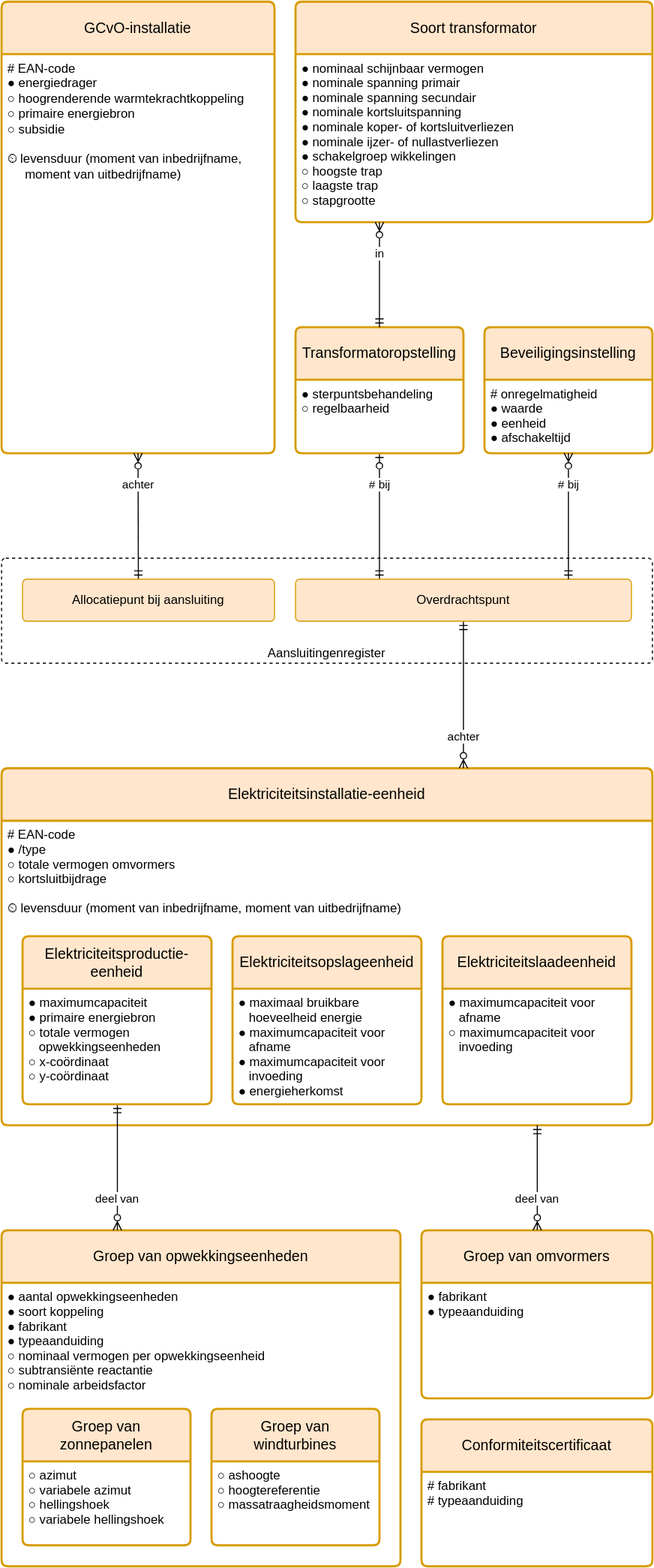
This is models/installatieregister/1.0.0/installatieregister.drawio.svg from Netbeheer-Nederland/conceptuele-informatiemodellen, a draw.io export, as it was before one commit. Source tidied: cells renumbered, new cells last; positions are measured from the earlier drawing's top-left corner, leaving out a move shared by most shapes.
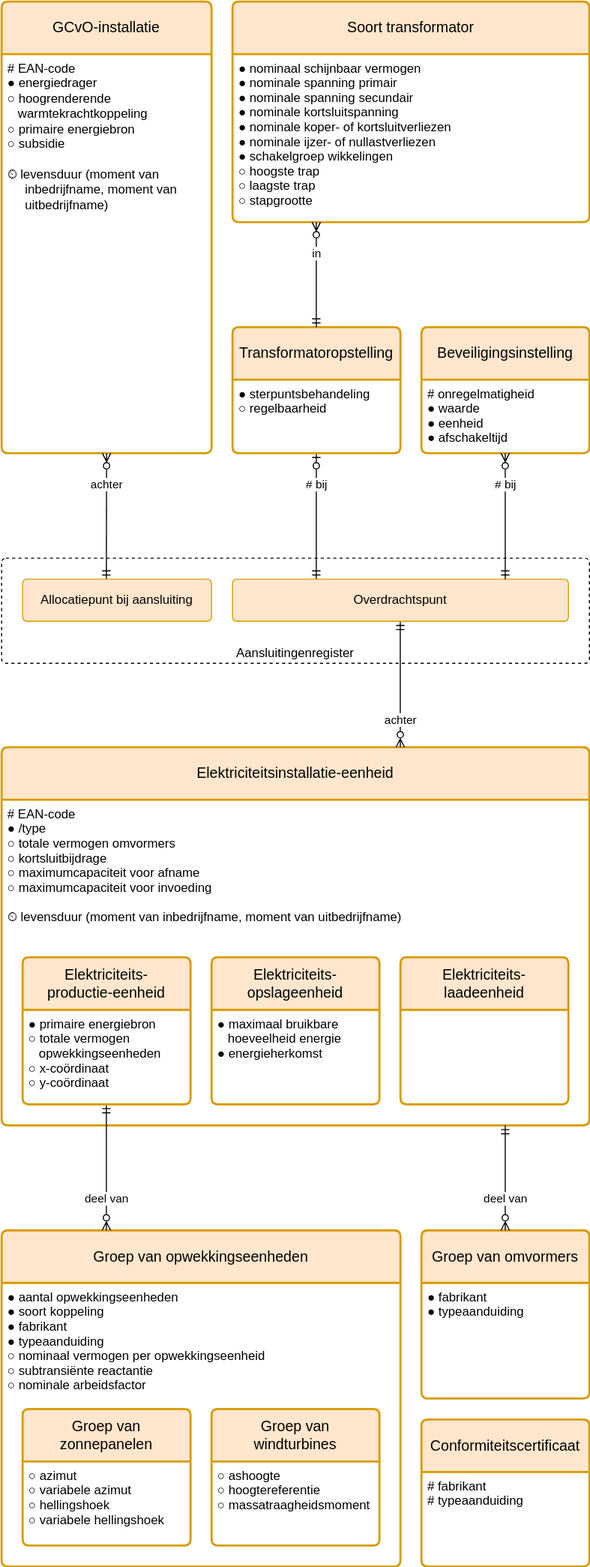
Above is the later version.

The edit, as a diff of the source:
```diff
@@ -3,23 +3,23 @@
     <mxCell id="0" />
     <mxCell id="1" parent="0" />
     <mxCell id="2" value="Aansluitingenregister" style="rounded=1;whiteSpace=wrap;html=1;dashed=1;verticalAlign=bottom;arcSize=4;" parent="1" vertex="1">
-      <mxGeometry y="530" width="620" height="100" as="geometry" />
+      <mxGeometry y="530" width="560" height="100" as="geometry" />
     </mxCell>
     <mxCell id="3" value="GCvO-installatie" style="swimlane;horizontal=1;startSize=50;rounded=1;fontSize=14;fontStyle=0;strokeWidth=2;shadow=0;dashed=0;align=center;arcSize=4;fillColor=#ffe6cc;strokeColor=#d79b00;whiteSpace=wrap;html=1;spacing=10;" parent="1" vertex="1">
-      <mxGeometry width="260" height="430" as="geometry" />
+      <mxGeometry width="200" height="430" as="geometry" />
     </mxCell>
-    <mxCell id="4" value="# EAN-code&lt;br&gt;● energiedrager&lt;br&gt;○&amp;nbsp;hoogrenderende warmtekrachtkoppeling&lt;br&gt;○ primaire energiebron&lt;br&gt;&lt;div&gt;○ subsidie&lt;br&gt;&lt;br&gt;⏲&amp;nbsp;levensduur&amp;nbsp;&lt;span style=&quot;background-color: initial; color: light-dark(rgb(0, 0, 0), rgb(255, 255, 255));&quot;&gt;(moment&amp;nbsp;&lt;/span&gt;&lt;span style=&quot;background-color: initial; color: light-dark(rgb(0, 0, 0), rgb(255, 255, 255));&quot;&gt;van&lt;/span&gt;&lt;span style=&quot;background-color: initial; color: light-dark(rgb(0, 0, 0), rgb(255, 255, 255));&quot;&gt;&amp;nbsp;inbedrijf&lt;/span&gt;&lt;span style=&quot;background-color: initial; color: light-dark(rgb(0, 0, 0), rgb(255, 255, 255));&quot;&gt;name,&lt;/span&gt;&lt;div&gt;&lt;span style=&quot;background-color: initial; color: light-dark(rgb(0, 0, 0), rgb(255, 255, 255));&quot;&gt;&amp;nbsp; &amp;nbsp; &amp;nbsp;moment&lt;/span&gt;&lt;span style=&quot;background-color: initial; color: light-dark(rgb(0, 0, 0), rgb(255, 255, 255));&quot;&gt;&amp;nbsp;van&amp;nbsp;&lt;/span&gt;&lt;span style=&quot;background-color: initial; color: light-dark(rgb(0, 0, 0), rgb(255, 255, 255));&quot;&gt;uitbedrijfname)&lt;/span&gt;&lt;/div&gt;&lt;/div&gt;" style="align=left;strokeColor=none;fillColor=none;spacingLeft=4;fontSize=12;verticalAlign=top;html=1;" parent="3" vertex="1">
-      <mxGeometry y="50" width="260" height="380" as="geometry" />
+    <mxCell id="4" value="# EAN-code&lt;br&gt;● energiedrager&lt;br&gt;○&amp;nbsp;hoogrenderende&lt;div&gt;&amp;nbsp; &amp;nbsp;warmtekrachtkoppeling&lt;br&gt;○ primaire energiebron&lt;br&gt;&lt;div&gt;○ subsidie&lt;br&gt;&lt;br&gt;⏲&amp;nbsp;levensduur&amp;nbsp;&lt;span style=&quot;background-color: initial; color: light-dark(rgb(0, 0, 0), rgb(255, 255, 255));&quot;&gt;(moment&amp;nbsp;&lt;/span&gt;&lt;span style=&quot;background-color: initial; color: light-dark(rgb(0, 0, 0), rgb(255, 255, 255));&quot;&gt;van&lt;/span&gt;&lt;/div&gt;&lt;div&gt;&lt;span style=&quot;background-color: initial; color: light-dark(rgb(0, 0, 0), rgb(255, 255, 255));&quot;&gt;&amp;nbsp; &amp;nbsp; &amp;nbsp;inbedrijf&lt;/span&gt;&lt;span style=&quot;background-color: initial; color: light-dark(rgb(0, 0, 0), rgb(255, 255, 255));&quot;&gt;name,&amp;nbsp;&lt;/span&gt;&lt;span style=&quot;background-color: initial; color: light-dark(rgb(0, 0, 0), rgb(255, 255, 255));&quot;&gt;moment&lt;/span&gt;&lt;span style=&quot;background-color: initial; color: light-dark(rgb(0, 0, 0), rgb(255, 255, 255));&quot;&gt;&amp;nbsp;van&lt;/span&gt;&lt;/div&gt;&lt;div&gt;&lt;span style=&quot;background-color: initial; color: light-dark(rgb(0, 0, 0), rgb(255, 255, 255));&quot;&gt;&amp;nbsp; &amp;nbsp; &amp;nbsp;uitbedrijfname)&lt;/span&gt;&lt;/div&gt;&lt;/div&gt;" style="align=left;strokeColor=none;fillColor=none;spacingLeft=4;fontSize=12;verticalAlign=top;html=1;" parent="3" vertex="1">
+      <mxGeometry y="50" width="200" height="380" as="geometry" />
     </mxCell>
     <mxCell id="5" value="achter" style="edgeStyle=elbowEdgeStyle;rounded=0;jettySize=auto;html=1;endArrow=ERmandOne;endFill=0;startArrow=ERzeroToMany;startFill=0;align=center;exitX=0.5;exitY=1;exitDx=0;exitDy=0;" parent="1" edge="1" source="4" target="22">
       <mxGeometry x="-0.5" relative="1" as="geometry" />
     </mxCell>
     <mxCell id="6" value="Elektriciteitsinstallatie-eenheid" style="swimlane;horizontal=1;startSize=50;rounded=1;fontSize=14;fontStyle=0;strokeWidth=2;shadow=0;dashed=0;align=center;fillColor=#ffe6cc;strokeColor=#d79b00;arcSize=4;whiteSpace=wrap;html=1;spacing=10;" parent="1" vertex="1">
-      <mxGeometry y="730" width="620" height="340" as="geometry" />
+      <mxGeometry y="710" width="560" height="360" as="geometry" />
     </mxCell>
-    <mxCell id="7" value="# EAN-code&#10;● /type&#10;○ totale vermogen omvormers&#10;○ kortsluitbijdrage&#10;&#10;⏲ levensduur (moment van inbedrijfname, moment van uitbedrijfname)" style="align=left;strokeColor=none;fillColor=none;spacingLeft=4;fontSize=12;verticalAlign=top;" parent="6" vertex="1">
-      <mxGeometry y="50" width="620" height="290" as="geometry" />
-    </mxCell>
+    <mxCell id="38" value="# EAN-code&#10;● /type&#10;○ totale vermogen omvormers&#10;○ kortsluitbijdrage&#10;○ maximumcapaciteit voor afname&#10;○ maximumcapaciteit voor invoeding&#10;&#10;⏲ levensduur (moment van inbedrijfname, moment van uitbedrijfname)" style="align=left;strokeColor=none;fillColor=none;spacingLeft=4;fontSize=12;verticalAlign=top;" parent="6" vertex="1">
+      <mxGeometry y="50" width="560" height="310" as="geometry" />
+    </mxCell>
     <mxCell id="8" value="Groep van opwekkingseenheden" style="swimlane;horizontal=1;startSize=50;rounded=1;fontSize=14;fontStyle=0;strokeWidth=2;shadow=0;dashed=0;align=center;fillColor=#ffe6cc;strokeColor=#d79b00;arcSize=4;whiteSpace=wrap;html=1;spacing=10;" parent="1" vertex="1">
       <mxGeometry y="1170" width="380" height="320" as="geometry" />
     </mxCell>
@@ -27,46 +27,46 @@
       <mxGeometry y="50" width="380" height="270" as="geometry" />
     </mxCell>
     <mxCell id="10" value="Soort transformator" style="swimlane;horizontal=1;startSize=50;rounded=1;fontSize=14;fontStyle=0;strokeWidth=2;shadow=0;dashed=0;align=center;fillColor=#ffe6cc;strokeColor=#d79b00;arcSize=4;whiteSpace=wrap;html=1;spacing=10;" parent="1" vertex="1">
-      <mxGeometry x="280" width="340" height="210" as="geometry" />
+      <mxGeometry x="220" width="340" height="210" as="geometry" />
     </mxCell>
     <mxCell id="11" value="● nominaal schijnbaar vermogen&#10;● nominale spanning primair&#10;● nominale spanning secundair&#10;● nominale kortsluitspanning&#10;● nominale koper- of kortsluitverliezen&#10;● nominale ijzer- of nullastverliezen&#10;● schakelgroep wikkelingen&#10;○ hoogste trap&#10;○ laagste trap&#10;○ stapgrootte" style="align=left;strokeColor=none;fillColor=none;spacingLeft=4;fontSize=12;verticalAlign=top;" parent="10" vertex="1">
       <mxGeometry y="50" width="340" height="160" as="geometry" />
     </mxCell>
-    <mxCell id="12" value="deel van" style="endArrow=ERzeroToMany;html=1;rounded=0;startArrow=ERmandOne;startFill=0;endFill=0;edgeStyle=elbowEdgeStyle;align=center;" parent="1" edge="1" source="14" target="8">
+    <mxCell id="12" value="deel van" style="endArrow=ERzeroToMany;html=1;rounded=0;startArrow=ERmandOne;startFill=0;endFill=0;edgeStyle=elbowEdgeStyle;align=center;" parent="1" edge="1" source="39" target="8">
       <mxGeometry x="0.5" relative="1" as="geometry" />
     </mxCell>
     <mxCell id="13" value="# bij" style="endArrow=ERzeroToOne;html=1;rounded=0;startArrow=ERmandOne;startFill=0;endFill=0;align=center;edgeStyle=elbowEdgeStyle;" parent="1" edge="1" source="19" target="29">
       <mxGeometry x="0.5" relative="1" as="geometry" />
     </mxCell>
-    <mxCell id="14" value="Elektriciteitsproductie-eenheid" style="swimlane;horizontal=1;startSize=50;rounded=1;fontSize=14;fontStyle=0;strokeWidth=2;shadow=0;dashed=0;align=center;fillColor=#ffe6cc;strokeColor=#d79b00;arcSize=4;whiteSpace=wrap;html=1;spacing=10;" parent="1" vertex="1">
-      <mxGeometry x="20" y="890" width="180" height="160" as="geometry" />
-    </mxCell>
-    <mxCell id="15" value="● maximumcapaciteit&#10;● primaire energiebron&#10;○ totale vermogen&#10;   opwekkingseenheden&#10;○ x-coördinaat&#10;○ y-coördinaat" style="align=left;strokeColor=none;fillColor=none;spacingLeft=4;fontSize=12;verticalAlign=top;" parent="14" vertex="1">
-      <mxGeometry y="50" width="180" height="110" as="geometry" />
-    </mxCell>
-    <mxCell id="16" value="Elektriciteitsopslageenheid" style="swimlane;horizontal=1;startSize=50;rounded=1;fontSize=14;fontStyle=0;strokeWidth=2;shadow=0;dashed=0;align=center;fillColor=#ffe6cc;strokeColor=#d79b00;arcSize=4;whiteSpace=wrap;html=1;spacing=10;" parent="1" vertex="1">
-      <mxGeometry x="220" y="890" width="180" height="160" as="geometry" />
-    </mxCell>
-    <mxCell id="17" value="● maximaal bruikbare&#10;   hoeveelheid energie&#10;● maximumcapaciteit voor&#10;   afname&#10;● maximumcapaciteit voor&#10;   invoeding&#10;● energieherkomst" style="align=left;strokeColor=none;fillColor=none;spacingLeft=4;fontSize=12;verticalAlign=top;fontStyle=0;" parent="16" vertex="1">
-      <mxGeometry y="50" width="180" height="110" as="geometry" />
-    </mxCell>
+    <mxCell id="39" value="Elektriciteits-&lt;div&gt;productie-eenheid&lt;/div&gt;" style="swimlane;horizontal=1;startSize=50;rounded=1;fontSize=14;fontStyle=0;strokeWidth=2;shadow=0;dashed=0;align=center;fillColor=#ffe6cc;strokeColor=#d79b00;arcSize=4;whiteSpace=wrap;html=1;spacing=10;" parent="1" vertex="1">
+      <mxGeometry x="20" y="910" width="160" height="140" as="geometry" />
+    </mxCell>
+    <mxCell id="40" value="● primaire energiebron&#10;○ totale vermogen&#10;   opwekkingseenheden&#10;○ x-coördinaat&#10;○ y-coördinaat" style="align=left;strokeColor=none;fillColor=none;spacingLeft=4;fontSize=12;verticalAlign=top;" parent="39" vertex="1">
+      <mxGeometry y="50" width="160" height="90" as="geometry" />
+    </mxCell>
+    <mxCell id="41" value="Elektriciteits-opslageenheid" style="swimlane;horizontal=1;startSize=50;rounded=1;fontSize=14;fontStyle=0;strokeWidth=2;shadow=0;dashed=0;align=center;fillColor=#ffe6cc;strokeColor=#d79b00;arcSize=4;whiteSpace=wrap;html=1;spacing=10;" parent="1" vertex="1">
+      <mxGeometry x="200" y="910" width="160" height="140" as="geometry" />
+    </mxCell>
+    <mxCell id="42" value="● maximaal bruikbare&#10;   hoeveelheid energie&#10;● energieherkomst" style="align=left;strokeColor=none;fillColor=none;spacingLeft=4;fontSize=12;verticalAlign=top;fontStyle=0;" parent="41" vertex="1">
+      <mxGeometry y="50" width="160" height="90" as="geometry" />
+    </mxCell>
     <mxCell id="18" value="achter" style="endArrow=ERmandOne;html=1;rounded=0;endFill=0;startArrow=ERzeroToMany;startFill=0;align=center;edgeStyle=elbowEdgeStyle;" parent="1" edge="1" source="6" target="19">
       <mxGeometry x="-0.57" relative="1" as="geometry" />
     </mxCell>
     <mxCell id="19" value="Overdrachtspunt" style="rounded=1;arcSize=10;whiteSpace=wrap;html=1;align=center;fillColor=#ffe6cc;strokeColor=#d79b00;" parent="1" vertex="1">
-      <mxGeometry x="280" y="550" width="320" height="40" as="geometry" />
+      <mxGeometry x="220" y="550" width="320" height="40" as="geometry" />
     </mxCell>
     <mxCell id="20" value="Conformiteitscertificaat" style="swimlane;horizontal=1;startSize=50;rounded=1;fontSize=14;fontStyle=0;strokeWidth=2;shadow=0;dashed=0;align=center;fillColor=#ffe6cc;strokeColor=#d79b00;arcSize=4;whiteSpace=wrap;html=1;spacing=10;" parent="1" vertex="1">
-      <mxGeometry x="400" y="1350" width="220" height="140" as="geometry" />
+      <mxGeometry x="400" y="1350" width="160" height="140" as="geometry" />
     </mxCell>
     <mxCell id="21" value="# fabrikant&#10;# typeaanduiding" style="align=left;strokeColor=none;fillColor=none;spacingLeft=4;fontSize=12;verticalAlign=top;" parent="20" vertex="1">
-      <mxGeometry y="50" width="220" height="90" as="geometry" />
+      <mxGeometry y="50" width="160" height="90" as="geometry" />
     </mxCell>
     <mxCell id="22" value="Allocatiepunt bij aansluiting" style="rounded=1;arcSize=10;whiteSpace=wrap;html=1;align=center;fillColor=#ffe6cc;strokeColor=#d79b00;" parent="1" vertex="1">
-      <mxGeometry x="20" y="550" width="240" height="40" as="geometry" />
+      <mxGeometry x="20" y="550" width="180" height="40" as="geometry" />
     </mxCell>
     <mxCell id="23" value="Beveiligingsinstelling" style="swimlane;horizontal=1;startSize=50;rounded=1;fontSize=14;fontStyle=0;strokeWidth=2;shadow=0;dashed=0;align=center;fillColor=#ffe6cc;strokeColor=#d79b00;arcSize=4;whiteSpace=wrap;html=1;spacing=10;" parent="1" vertex="1">
-      <mxGeometry x="460" y="310" width="160" height="120" as="geometry" />
+      <mxGeometry x="400" y="310" width="160" height="120" as="geometry" />
     </mxCell>
     <mxCell id="24" value="# onregelmatigheid&#10;● waarde&#10;● eenheid&#10;● afschakeltijd" style="align=left;strokeColor=none;fillColor=none;spacingLeft=4;fontSize=12;verticalAlign=top;" parent="23" vertex="1">
       <mxGeometry y="50" width="160" height="70" as="geometry" />
@@ -75,16 +75,16 @@
       <mxGeometry x="0.5" relative="1" as="geometry" />
     </mxCell>
     <mxCell id="26" value="Groep van omvormers" style="swimlane;horizontal=1;startSize=50;rounded=1;fontSize=14;fontStyle=0;strokeWidth=2;shadow=0;dashed=0;align=center;fillColor=#ffe6cc;strokeColor=#d79b00;arcSize=4;whiteSpace=wrap;html=1;spacing=10;" parent="1" vertex="1">
-      <mxGeometry x="400" y="1170" width="220" height="160" as="geometry" />
+      <mxGeometry x="400" y="1170" width="160" height="160" as="geometry" />
     </mxCell>
     <mxCell id="27" value="● fabrikant&#10;● typeaanduiding" style="align=left;strokeColor=none;fillColor=none;spacingLeft=4;fontSize=12;verticalAlign=top;" parent="26" vertex="1">
-      <mxGeometry y="50" width="220" height="110" as="geometry" />
+      <mxGeometry y="50" width="160" height="110" as="geometry" />
     </mxCell>
     <mxCell id="28" value="deel van" style="endArrow=ERzeroToMany;html=1;rounded=0;startArrow=ERmandOne;startFill=0;endFill=0;align=center;edgeStyle=elbowEdgeStyle;entryX=0.5;entryY=0;entryDx=0;entryDy=0;" parent="1" edge="1" source="6" target="26">
       <mxGeometry x="0.4" relative="1" as="geometry" />
     </mxCell>
     <mxCell id="29" value="Transformatoropstelling" style="swimlane;horizontal=1;startSize=50;rounded=1;fontSize=14;fontStyle=0;strokeWidth=2;shadow=0;dashed=0;align=center;fillColor=#ffe6cc;strokeColor=#d79b00;arcSize=4;whiteSpace=wrap;html=1;spacing=10;" parent="1" vertex="1">
-      <mxGeometry x="280" y="310" width="160" height="120" as="geometry" />
+      <mxGeometry x="220" y="310" width="160" height="120" as="geometry" />
     </mxCell>
     <mxCell id="30" value="● sterpuntsbehandeling&#10;○ regelbaarheid" style="align=left;strokeColor=none;fillColor=none;spacingLeft=4;fontSize=12;verticalAlign=top;" parent="29" vertex="1">
       <mxGeometry y="50" width="160" height="70" as="geometry" />
@@ -104,11 +104,11 @@
     <mxCell id="35" value="○ ashoogte&#10;○ hoogtereferentie&#10;○ massatraagheidsmoment" style="align=left;strokeColor=none;fillColor=none;spacingLeft=4;fontSize=12;verticalAlign=top;" parent="34" vertex="1">
       <mxGeometry y="50" width="160" height="80" as="geometry" />
     </mxCell>
-    <mxCell id="36" value="Elektriciteitslaadeenheid" style="swimlane;horizontal=1;startSize=50;rounded=1;fontSize=14;fontStyle=0;strokeWidth=2;shadow=0;dashed=0;align=center;fillColor=#ffe6cc;strokeColor=#d79b00;arcSize=4;whiteSpace=wrap;html=1;spacing=10;" parent="1" vertex="1">
-      <mxGeometry x="420" y="890" width="180" height="160" as="geometry" />
-    </mxCell>
-    <mxCell id="37" value="● maximumcapaciteit voor&#10;   afname&#10;○ maximumcapaciteit voor&#10;   invoeding" style="align=left;strokeColor=none;fillColor=none;spacingLeft=4;fontSize=12;verticalAlign=top;fontStyle=0;" parent="36" vertex="1">
-      <mxGeometry y="50" width="180" height="110" as="geometry" />
-    </mxCell>
+    <mxCell id="43" value="Elektriciteits-laadeenheid" style="swimlane;horizontal=1;startSize=50;rounded=1;fontSize=14;fontStyle=0;strokeWidth=2;shadow=0;dashed=0;align=center;fillColor=#ffe6cc;strokeColor=#d79b00;arcSize=4;whiteSpace=wrap;html=1;spacing=10;" parent="1" vertex="1">
+      <mxGeometry x="380" y="910" width="160" height="140" as="geometry" />
+    </mxCell>
+    <mxCell id="44" value=" " style="align=left;strokeColor=none;fillColor=none;spacingLeft=4;fontSize=12;verticalAlign=top;fontStyle=0;" parent="43" vertex="1">
+      <mxGeometry y="50" width="160" height="90" as="geometry" />
+    </mxCell>
   </root>
 </mxGraphModel>
```
